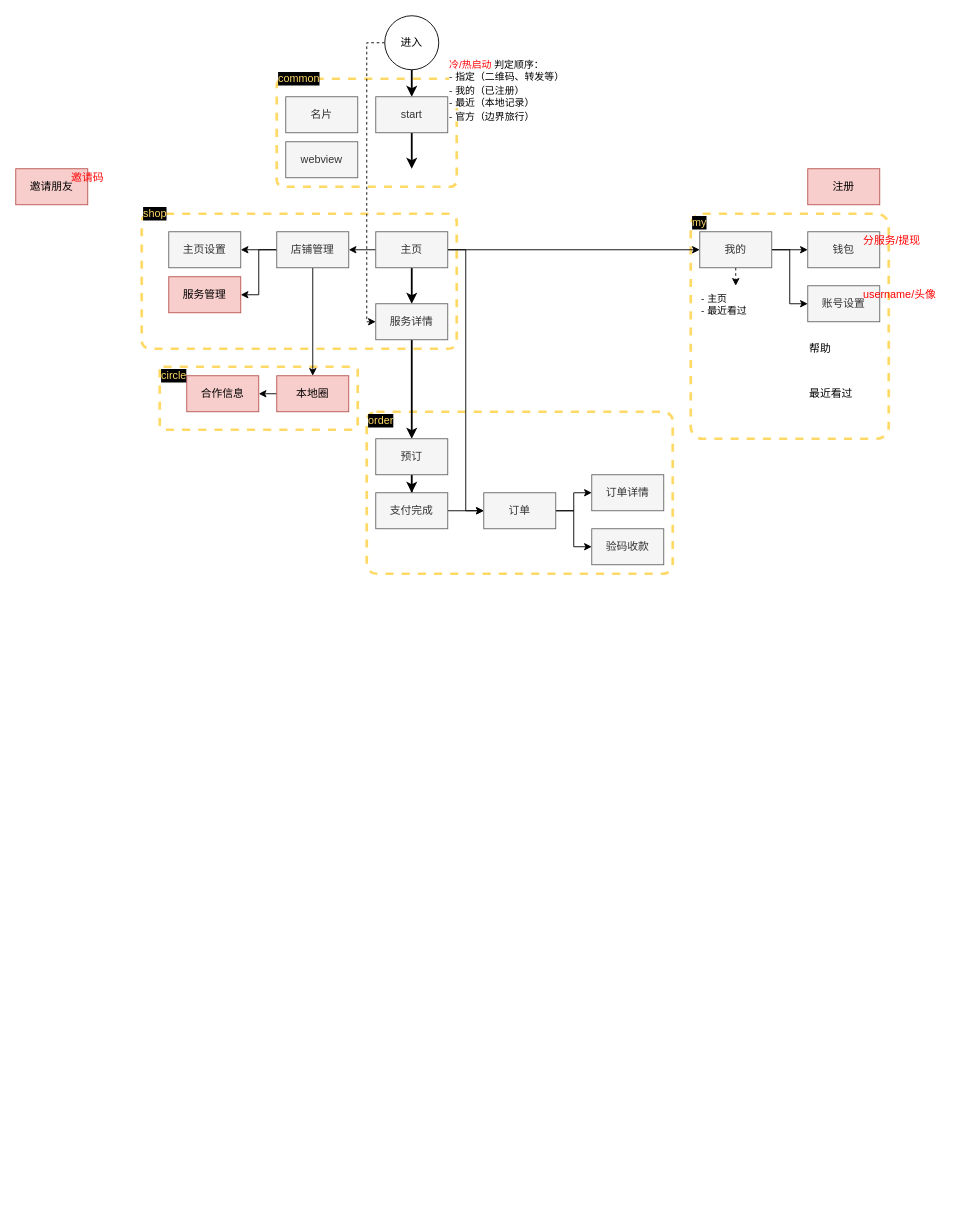
Above: bluedge.drawio in sunkeyfong/flowcharts (draw.io), before the change. Source tidied: cells renumbered, new cells numbered last; positions are measured from the earlier drawing's top-left corner, leaving out a move shared by most shapes. Both pictures are drawn from the tidied source at 90%, with x=0, y=0 at pixel (15, 15).
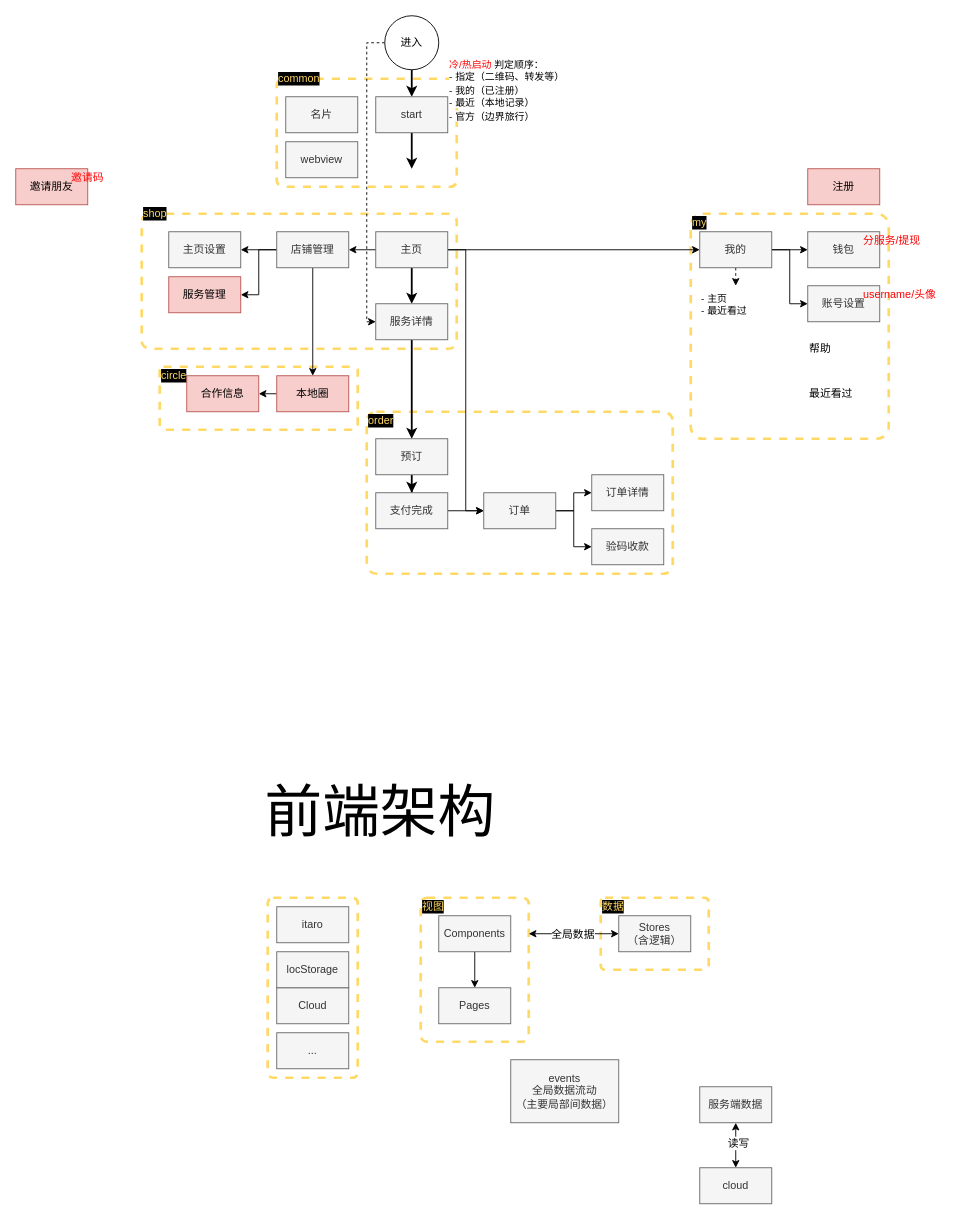
After the change.

Diff of the diagram source:
```diff
@@
+    <mxCell id="59" style="rounded=1;whiteSpace=wrap;html=1;fillColor=none;dashed=1;sketch=0;arcSize=6;strokeColor=#FFD966;strokeWidth=3;" parent="1" vertex="1">
+      <mxGeometry x="650" y="980" width="120" height="80" as="geometry" />
+    </mxCell>
+    <mxCell id="60" value="数据" style="text;html=1;strokeColor=none;fillColor=none;align=left;verticalAlign=middle;whiteSpace=wrap;rounded=0;dashed=1;sketch=0;fontColor=#FFD966;labelBackgroundColor=#000000;" parent="1" vertex="1">
+      <mxGeometry x="650" y="980" width="60" height="20" as="geometry" />
+    </mxCell>
+    <mxCell id="61" style="rounded=1;whiteSpace=wrap;html=1;fillColor=none;dashed=1;sketch=0;arcSize=6;strokeColor=#FFD966;strokeWidth=3;" parent="1" vertex="1">
+      <mxGeometry x="450" y="980" width="120" height="160" as="geometry" />
+    </mxCell>
+    <mxCell id="62" style="rounded=1;whiteSpace=wrap;html=1;fillColor=none;dashed=1;sketch=0;arcSize=6;strokeColor=#FFD966;strokeWidth=3;" parent="1" vertex="1">
+      <mxGeometry x="280" y="980" width="100" height="200" as="geometry" />
+    </mxCell>
@@
+    <mxCell id="63" value="前端架构" style="text;html=1;strokeColor=none;fillColor=none;align=center;verticalAlign=middle;whiteSpace=wrap;rounded=0;fontSize=64;" parent="1" vertex="1">
+      <mxGeometry x="230" y="850" width="350" height="70" as="geometry" />
+    </mxCell>
+    <mxCell id="64" value="Cloud" style="rounded=0;whiteSpace=wrap;html=1;fillColor=#f5f5f5;strokeColor=#666666;fontColor=#333333;" parent="1" vertex="1">
+      <mxGeometry x="290" y="1080" width="80" height="40" as="geometry" />
+    </mxCell>
+    <mxCell id="65" value="..." style="rounded=0;whiteSpace=wrap;html=1;fillColor=#f5f5f5;strokeColor=#666666;fontColor=#333333;" parent="1" vertex="1">
+      <mxGeometry x="290" y="1130" width="80" height="40" as="geometry" />
+    </mxCell>
+    <mxCell id="66" value="locStorage" style="rounded=0;whiteSpace=wrap;html=1;fillColor=#f5f5f5;strokeColor=#666666;fontColor=#333333;" parent="1" vertex="1">
+      <mxGeometry x="290" y="1040" width="80" height="40" as="geometry" />
+    </mxCell>
+    <mxCell id="67" value="itaro" style="rounded=0;whiteSpace=wrap;html=1;fillColor=#f5f5f5;strokeColor=#666666;fontColor=#333333;" parent="1" vertex="1">
+      <mxGeometry x="290" y="990" width="80" height="40" as="geometry" />
+    </mxCell>
+    <mxCell id="68" style="edgeStyle=orthogonalEdgeStyle;rounded=0;jettySize=auto;html=1;entryX=0;entryY=0.5;entryDx=0;entryDy=0;startArrow=classic;startFill=1;fontSize=12;exitX=1;exitY=0.25;exitDx=0;exitDy=0;" parent="1" edge="1" source="61" target="76">
+      <mxGeometry relative="1" as="geometry">
+        <Array as="points">
+          <mxPoint x="600" y="1020" />
+          <mxPoint x="600" y="1020" />
+        </Array>
+      </mxGeometry>
+    </mxCell>
+    <mxCell id="69" value="全局数据" style="edgeLabel;html=1;align=center;verticalAlign=middle;fontSize=12;" parent="68" vertex="1">
+      <mxGeometry x="-0.04" relative="1" as="geometry" />
+    </mxCell>
+    <mxCell id="70" value="Pages" style="rounded=0;whiteSpace=wrap;html=1;fillColor=#f5f5f5;strokeColor=#666666;fontColor=#333333;" parent="1" vertex="1">
+      <mxGeometry x="470" y="1080" width="80" height="40" as="geometry" />
+    </mxCell>
+    <mxCell id="71" style="edgeStyle=none;rounded=0;jettySize=auto;html=1;exitX=0.5;exitY=1;exitDx=0;exitDy=0;entryX=0.5;entryY=0;entryDx=0;entryDy=0;fontSize=64;" parent="1" edge="1" source="72" target="70">
+      <mxGeometry relative="1" as="geometry" />
+    </mxCell>
+    <mxCell id="72" value="Components" style="rounded=0;whiteSpace=wrap;html=1;fillColor=#f5f5f5;strokeColor=#666666;fontColor=#333333;" parent="1" vertex="1">
+      <mxGeometry x="470" y="1000" width="80" height="40" as="geometry" />
+    </mxCell>
+    <mxCell id="73" style="edgeStyle=none;rounded=0;jettySize=auto;html=1;fontSize=12;startArrow=classic;startFill=1;" parent="1" edge="1" source="75" target="77">
+      <mxGeometry relative="1" as="geometry" />
+    </mxCell>
+    <mxCell id="74" value="读写" style="edgeLabel;html=1;align=center;verticalAlign=middle;fontSize=12;" parent="73" vertex="1">
+      <mxGeometry x="0.1" y="-2" relative="1" as="geometry" />
+    </mxCell>
+    <mxCell id="75" value="cloud" style="rounded=0;whiteSpace=wrap;html=1;fillColor=#f5f5f5;strokeColor=#666666;fontColor=#333333;" parent="1" vertex="1">
+      <mxGeometry x="760" y="1280" width="80" height="40" as="geometry" />
+    </mxCell>
+    <mxCell id="76" value="Stores&lt;br&gt;（含逻辑）" style="rounded=0;whiteSpace=wrap;html=1;fillColor=#f5f5f5;strokeColor=#666666;fontColor=#333333;" parent="1" vertex="1">
+      <mxGeometry x="670" y="1000" width="80" height="40" as="geometry" />
+    </mxCell>
+    <mxCell id="77" value="服务端数据" style="rounded=0;whiteSpace=wrap;html=1;fillColor=#f5f5f5;strokeColor=#666666;fontColor=#333333;" parent="1" vertex="1">
+      <mxGeometry x="760" y="1190" width="80" height="40" as="geometry" />
+    </mxCell>
+    <mxCell id="78" value="视图" style="text;html=1;strokeColor=none;fillColor=none;align=left;verticalAlign=middle;whiteSpace=wrap;rounded=0;dashed=1;sketch=0;fontColor=#FFD966;labelBackgroundColor=#000000;" parent="1" vertex="1">
+      <mxGeometry x="450" y="980" width="60" height="20" as="geometry" />
+    </mxCell>
+    <mxCell id="79" value="events&lt;br&gt;全局数据流动&lt;br&gt;（主要局部间数据）" style="rounded=0;whiteSpace=wrap;html=1;fillColor=#f5f5f5;strokeColor=#666666;fontColor=#333333;" parent="1" vertex="1">
+      <mxGeometry x="550" y="1160" width="120" height="70" as="geometry" />
+    </mxCell>
```
